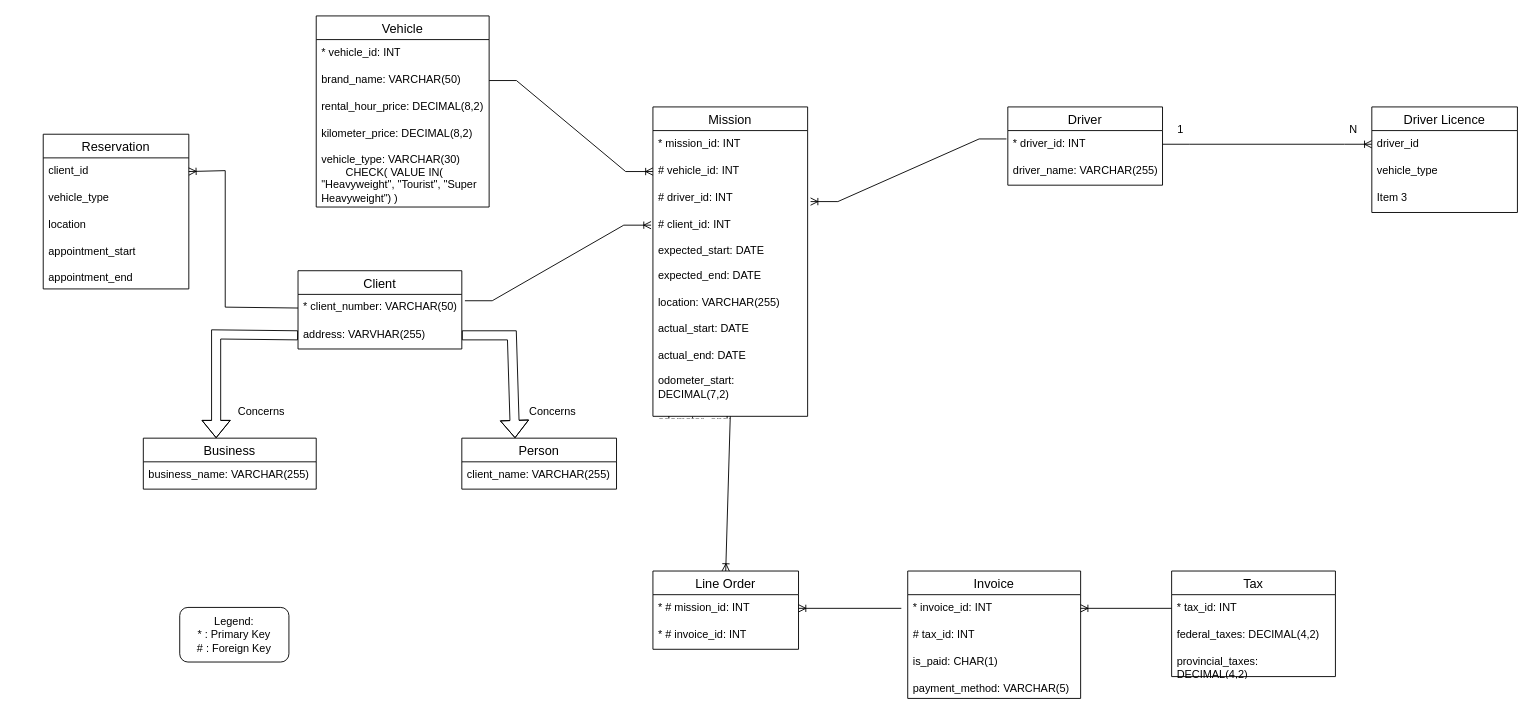
Mishtec/Comp-Project keeps this draw.io diagram as project_logical(1).drawio. Above is the earlier version. Source tidied: cells renumbered, new cells numbered last; positions are measured from the earlier drawing's top-left corner, leaving out a move shared by most shapes. Both pictures are drawn from the tidied source at 91%, with x=0, y=0 at pixel (43, 15).
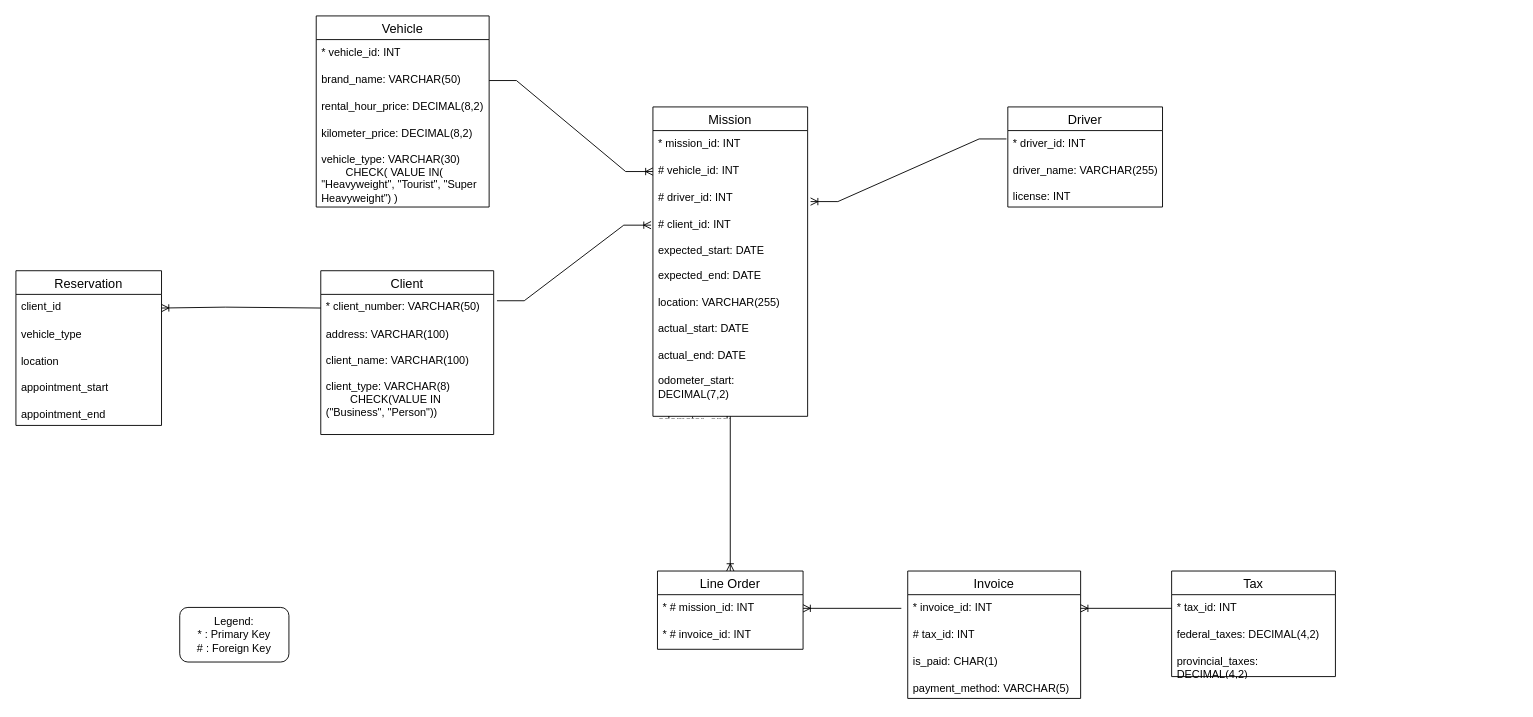
The same diagram, later.

Commit message:
Updated logical diagram to most recent version (forgot to do so early, my fault)

Unchanged cells that the change refers to:
```xml
<mxCell id="13" value="* driver_id: INT" style="text;strokeColor=none;fillColor=none;spacingLeft=4;spacingRight=4;overflow=hidden;points=[[0,0.5],[1,0.5]];portConstraint=eastwest;fontSize=12;whiteSpace=wrap;html=1;" parent="12" vertex="1">
  <mxGeometry y="26" width="170" height="30" as="geometry" />
</mxCell>
<mxCell id="40" value="client_id" style="text;strokeColor=none;fillColor=none;spacingLeft=4;spacingRight=4;overflow=hidden;points=[[0,0.5],[1,0.5]];portConstraint=eastwest;fontSize=12;whiteSpace=wrap;html=1;" parent="39" vertex="1">
  <mxGeometry y="26" width="160" height="30" as="geometry" />
</mxCell>
```

Change to the diagram source:
```diff
@@
     <mxCell id="12" value="Driver" style="swimlane;fontStyle=0;horizontal=1;startSize=26;align=center;fontSize=14;" parent="1" vertex="1">
-      <mxGeometry x="1060" y="100" width="170" height="86" as="geometry" />
+      <mxGeometry x="1060" y="100" width="170" height="110" as="geometry" />
     </mxCell>
@@
-    <mxCell id="14" value="driver_name: VARCHAR(255)" style="text;strokeColor=none;fillColor=none;spacingLeft=4;spacingRight=4;overflow=hidden;fontSize=12;whiteSpace=wrap;html=1;" parent="12" vertex="1">
-      <mxGeometry y="56" width="170" height="30" as="geometry" />
+    <mxCell id="14" value="&lt;div&gt;driver_name: VARCHAR(255)&lt;/div&gt;&lt;div&gt;&lt;br&gt;&lt;/div&gt;&lt;div&gt;license: INT&lt;br&gt;&lt;/div&gt;" style="text;strokeColor=none;fillColor=none;spacingLeft=4;spacingRight=4;overflow=hidden;fontSize=12;whiteSpace=wrap;html=1;" parent="12" vertex="1">
+      <mxGeometry y="56" width="170" height="54" as="geometry" />
     </mxCell>
     <mxCell id="15" value="Client" style="swimlane;fontStyle=0;horizontal=1;startSize=26;align=center;fontSize=14;" parent="1" vertex="1">
-      <mxGeometry x="280" y="280" width="180" height="86" as="geometry" />
+      <mxGeometry x="305" y="280" width="190" height="180" as="geometry" />
     </mxCell>
     <mxCell id="16" value="* client_number: VARCHAR(50)" style="text;strokeColor=none;fillColor=none;spacingLeft=4;spacingRight=4;overflow=hidden;points=[[0,0.5],[1,0.5]];portConstraint=eastwest;fontSize=12;whiteSpace=wrap;html=1;" parent="15" vertex="1">
-      <mxGeometry y="26" width="180" height="30" as="geometry" />
+      <mxGeometry y="26" width="190" height="30" as="geometry" />
     </mxCell>
-    <mxCell id="17" value="address: VARVHAR(255)" style="text;strokeColor=none;fillColor=none;spacingLeft=4;spacingRight=4;overflow=hidden;points=[[0,0.5],[1,0.5]];portConstraint=eastwest;fontSize=12;whiteSpace=wrap;html=1;" parent="15" vertex="1">
-      <mxGeometry y="56" width="180" height="30" as="geometry" />
+    <mxCell id="17" value="&lt;div&gt;address: VARCHAR(100)&lt;/div&gt;&lt;div&gt;&lt;br&gt;&lt;/div&gt;&lt;div&gt;client_name: VARCHAR(100)&lt;br&gt;&lt;/div&gt;&lt;div&gt;&lt;br&gt;&lt;/div&gt;&lt;div&gt;client_type: VARCHAR(8)&lt;/div&gt;&lt;div&gt;&lt;span style=&quot;white-space: pre;&quot;&gt;&#9;&lt;/span&gt;CHECK(VALUE IN (&quot;Business&quot;, &quot;Person&quot;))&lt;br&gt;&lt;/div&gt;" style="text;strokeColor=none;fillColor=none;spacingLeft=4;spacingRight=4;overflow=hidden;points=[[0,0.5],[1,0.5]];portConstraint=eastwest;fontSize=12;whiteSpace=wrap;html=1;" parent="15" vertex="1">
+      <mxGeometry y="56" width="190" height="124" as="geometry" />
     </mxCell>
@@
-    <mxCell id="19" style="shape=flexArrow;endArrow=classic;html=1;rounded=0;exitX=0;exitY=0.5;exitDx=0;exitDy=0;" parent="1" edge="1" source="17">
-      <mxGeometry relative="1" as="geometry">
-        <mxPoint x="190" y="464" as="targetPoint" />
-        <Array as="points">
-          <mxPoint x="190" y="350" />
-        </Array>
-      </mxGeometry>
-    </mxCell>
-    <mxCell id="20" value="Business" style="swimlane;fontStyle=0;horizontal=1;startSize=26;align=center;fontSize=14;" parent="1" vertex="1">
-      <mxGeometry x="110" y="464" width="190" height="56" as="geometry" />
-    </mxCell>
-    <mxCell id="21" value="business_name: VARCHAR(255)" style="text;strokeColor=none;fillColor=none;spacingLeft=4;spacingRight=4;overflow=hidden;fontSize=12;whiteSpace=wrap;html=1;" parent="20" vertex="1">
-      <mxGeometry y="26" width="190" height="30" as="geometry" />
-    </mxCell>
-    <mxCell id="22" value="Person" style="swimlane;fontStyle=0;horizontal=1;startSize=26;align=center;fontSize=14;" parent="1" vertex="1">
-      <mxGeometry x="460" y="464" width="170" height="56" as="geometry" />
-    </mxCell>
-    <mxCell id="23" value="client_name: VARCHAR(255)" style="text;strokeColor=none;fillColor=none;spacingLeft=4;spacingRight=4;overflow=hidden;fontSize=12;whiteSpace=wrap;html=1;" parent="22" vertex="1">
-      <mxGeometry y="26" width="170" height="30" as="geometry" />
-    </mxCell>
-    <mxCell id="24" style="shape=flexArrow;endArrow=classic;html=1;rounded=0;exitX=1;exitY=0.5;exitDx=0;exitDy=0;entryX=0.344;entryY=0;entryDx=0;entryDy=0;entryPerimeter=0;" parent="1" edge="1" source="17" target="22">
-      <mxGeometry relative="1" as="geometry">
-        <Array as="points">
-          <mxPoint x="515" y="351" />
-        </Array>
-      </mxGeometry>
-    </mxCell>
-    <mxCell id="25" value="Driver Licence" style="swimlane;fontStyle=0;horizontal=1;startSize=26;align=center;fontSize=14;" parent="1" vertex="1">
-      <mxGeometry x="1460" y="100" width="160" height="116" as="geometry" />
-    </mxCell>
-    <mxCell id="26" value="driver_id" style="text;strokeColor=none;fillColor=none;spacingLeft=4;spacingRight=4;overflow=hidden;points=[[0,0.5],[1,0.5]];portConstraint=eastwest;fontSize=12;whiteSpace=wrap;html=1;" parent="25" vertex="1">
-      <mxGeometry y="26" width="160" height="30" as="geometry" />
-    </mxCell>
-    <mxCell id="27" value="vehicle_type" style="text;strokeColor=none;fillColor=none;spacingLeft=4;spacingRight=4;overflow=hidden;fontSize=12;whiteSpace=wrap;html=1;" parent="25" vertex="1">
-      <mxGeometry y="56" width="160" height="30" as="geometry" />
-    </mxCell>
-    <mxCell id="28" value="Item 3" style="text;strokeColor=none;fillColor=none;spacingLeft=4;spacingRight=4;overflow=hidden;fontSize=12;whiteSpace=wrap;html=1;" parent="25" vertex="1">
-      <mxGeometry y="86" width="160" height="30" as="geometry" />
-    </mxCell>
-    <mxCell id="29" style="edgeStyle=entityRelationEdgeStyle;fontSize=12;html=1;endArrow=ERoneToMany;rounded=0;entryX=0;entryY=0.5;entryDx=0;entryDy=0;exitX=1;exitY=0.5;exitDx=0;exitDy=0;" parent="1" edge="1" source="13" target="26">
-      <mxGeometry relative="1" as="geometry" />
-    </mxCell>
     <mxCell id="30" value="Line Order" style="swimlane;fontStyle=0;horizontal=1;startSize=26;align=center;fontSize=14;" parent="1" vertex="1">
-      <mxGeometry x="670" y="610" width="160" height="86" as="geometry" />
+      <mxGeometry x="675" y="610" width="160" height="86" as="geometry" />
     </mxCell>
@@
     <mxCell id="39" value="Reservation" style="swimlane;fontStyle=0;horizontal=1;startSize=26;align=center;fontSize=14;" parent="1" vertex="1">
-      <mxGeometry y="130" width="160" height="170" as="geometry" />
+      <mxGeometry x="-30" y="280" width="160" height="170" as="geometry" />
     </mxCell>
@@
-    <mxCell id="43" value="Concerns" style="text;html=1;strokeColor=none;fillColor=none;align=center;verticalAlign=middle;whiteSpace=wrap;rounded=0;" parent="1" vertex="1">
-      <mxGeometry x="210" y="420" width="60" height="30" as="geometry" />
-    </mxCell>
-    <mxCell id="44" value="Concerns" style="text;html=1;strokeColor=none;fillColor=none;align=center;verticalAlign=middle;whiteSpace=wrap;rounded=0;" parent="1" vertex="1">
-      <mxGeometry x="530" y="420" width="60" height="30" as="geometry" />
-    </mxCell>
-    <mxCell id="45" value="N" style="text;html=1;strokeColor=none;fillColor=none;align=center;verticalAlign=middle;whiteSpace=wrap;rounded=0;" parent="1" vertex="1">
-      <mxGeometry x="1410" y="110" width="60" height="30" as="geometry" />
-    </mxCell>
-    <mxCell id="46" value="1" style="text;html=1;strokeColor=none;fillColor=none;align=center;verticalAlign=middle;whiteSpace=wrap;rounded=0;" parent="1" vertex="1">
-      <mxGeometry x="1220" y="110" width="60" height="30" as="geometry" />
-    </mxCell>
@@
     <mxCell id="52" style="fontSize=12;html=1;endArrow=ERoneToMany;rounded=0;exitX=0;exitY=0.5;exitDx=0;exitDy=0;entryX=1;entryY=0.5;entryDx=0;entryDy=0;" parent="1" edge="1" source="16" target="40">
       <mxGeometry relative="1" as="geometry">
         <Array as="points">
           <mxPoint x="200" y="320" />
-          <mxPoint x="200" y="170" />
         </Array>
       </mxGeometry>
     </mxCell>
```
